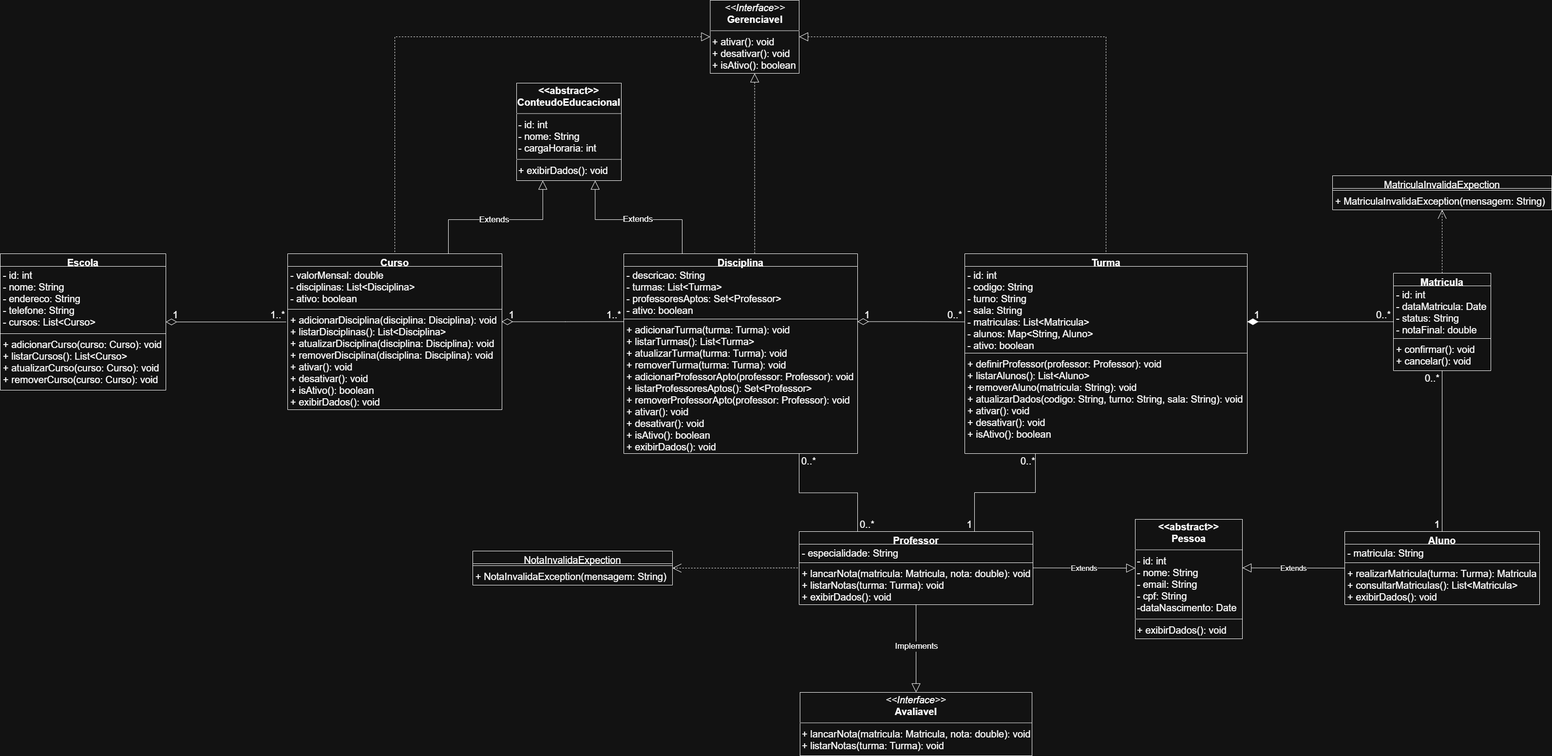
Earlier version of the draw.io export projeto-equipe-escola/docs/diagrama-uml/v8/diagrama-v8-31-05.png (iago-melo01/trabalho-washington-POO). Source tidied: cells renumbered, new cells last; positions are measured from the earlier drawing's top-left corner, leaving out a move shared by most shapes.
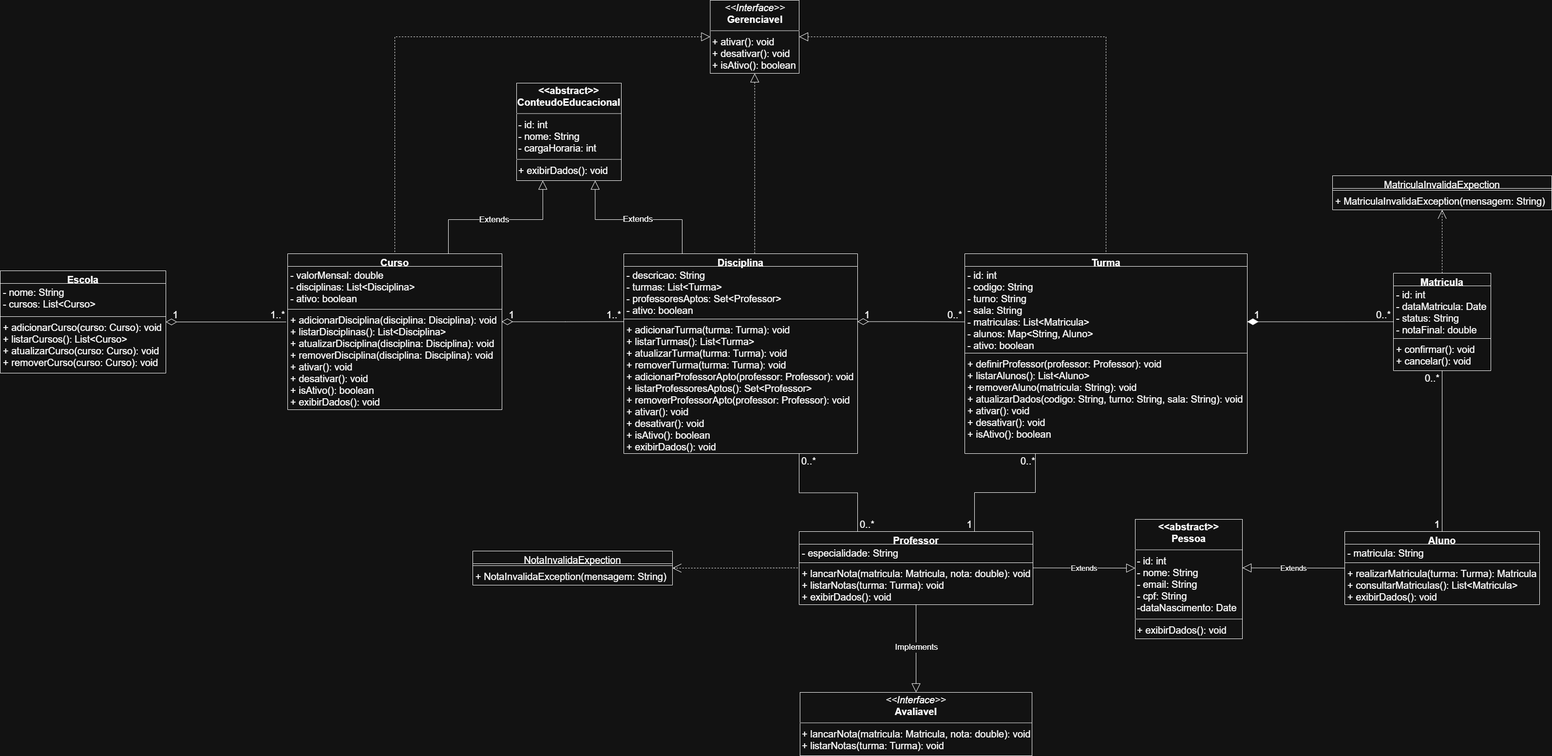
After the commit.

Commit message:
docs: atualiza README do projeto

Diff of the diagram source:
```diff
@@ -6,16 +6,16 @@
       <mxGeometry relative="1" as="geometry" />
     </mxCell>
     <mxCell id="3" value="Escola" style="swimlane;fontStyle=1;align=center;verticalAlign=top;horizontal=1;startSize=26;whiteSpace=wrap;html=1;fontSize=20;" parent="1" vertex="1">
-      <mxGeometry y="520" width="340" height="280" as="geometry" />
+      <mxGeometry y="555" width="340" height="210" as="geometry" />
     </mxCell>
-    <mxCell id="4" value="- id: int&lt;br&gt;- nome: String&lt;br&gt;- endereco: String&lt;br&gt;- telefone: String&lt;br&gt;- cursos: List&amp;lt;Curso&amp;gt;" style="text;strokeColor=none;fillColor=none;align=left;verticalAlign=top;spacingLeft=4;spacingRight=4;overflow=hidden;whiteSpace=wrap;html=1;fontSize=20;" parent="3" vertex="1">
-      <mxGeometry y="26" width="340" height="134" as="geometry" />
+    <mxCell id="4" value="- nome: String&lt;br&gt;- cursos: List&amp;lt;Curso&amp;gt;" style="text;strokeColor=none;fillColor=none;align=left;verticalAlign=top;spacingLeft=4;spacingRight=4;overflow=hidden;whiteSpace=wrap;html=1;fontSize=20;" parent="3" vertex="1">
+      <mxGeometry y="26" width="340" height="64" as="geometry" />
     </mxCell>
     <mxCell id="5" style="line;strokeWidth=1;fillColor=none;align=left;verticalAlign=middle;spacingTop=-1;spacingLeft=3;spacingRight=3;labelPosition=right;strokeColor=inherit;fontSize=20;" parent="3" vertex="1">
-      <mxGeometry y="160" width="340" height="8" as="geometry" />
+      <mxGeometry y="90" width="340" height="8" as="geometry" />
     </mxCell>
     <mxCell id="6" value="+ adicionarCurso(curso: Curso): void&lt;br&gt;+ listarCursos(): List&amp;lt;Curso&amp;gt;&lt;br&gt;+ atualizarCurso(curso: Curso): void&lt;br&gt;+ removerCurso(curso: Curso): void" style="text;strokeColor=none;fillColor=none;align=left;verticalAlign=top;spacingLeft=4;spacingRight=4;overflow=hidden;whiteSpace=wrap;html=1;fontSize=20;" parent="3" vertex="1">
-      <mxGeometry y="168" width="340" height="112" as="geometry" />
+      <mxGeometry y="98" width="340" height="112" as="geometry" />
     </mxCell>
     <mxCell id="7" style="edgeStyle=orthogonalEdgeStyle;rounded=0;jettySize=auto;html=1;exitX=0.75;exitY=0;exitDx=0;exitDy=0;entryX=0.25;entryY=1;entryDx=0;entryDy=0;endArrow=block;endFill=0;endSize=16;" parent="1" edge="1" source="9" target="52">
       <mxGeometry relative="1" as="geometry" />
```
